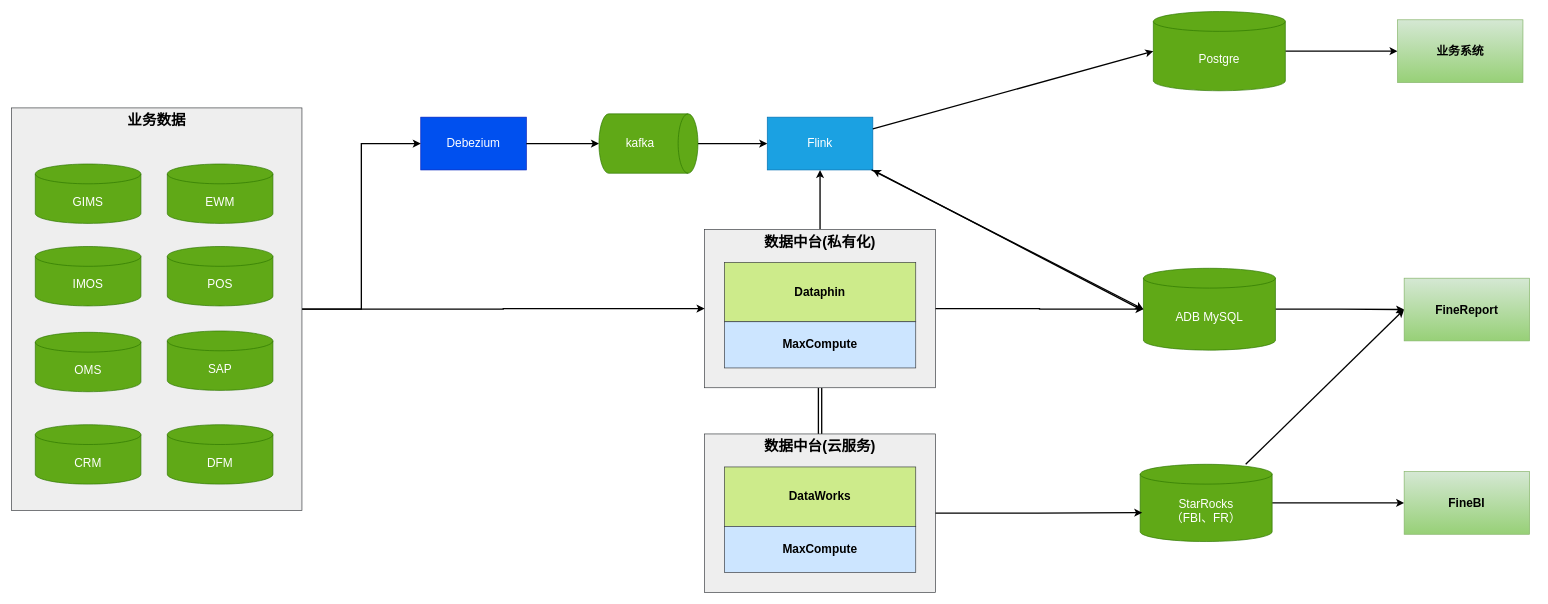
Above: page "技术架构" (1 of 3) of bsd.drawio in starzy1990/diagrams (draw.io), before the change. Source tidied: cells renumbered, new cells numbered last; positions are measured from the earlier drawing's top-left corner, leaving out a move shared by most shapes. Both pictures are drawn from the tidied source at 66%, with x=0, y=0 at pixel (11, 11).
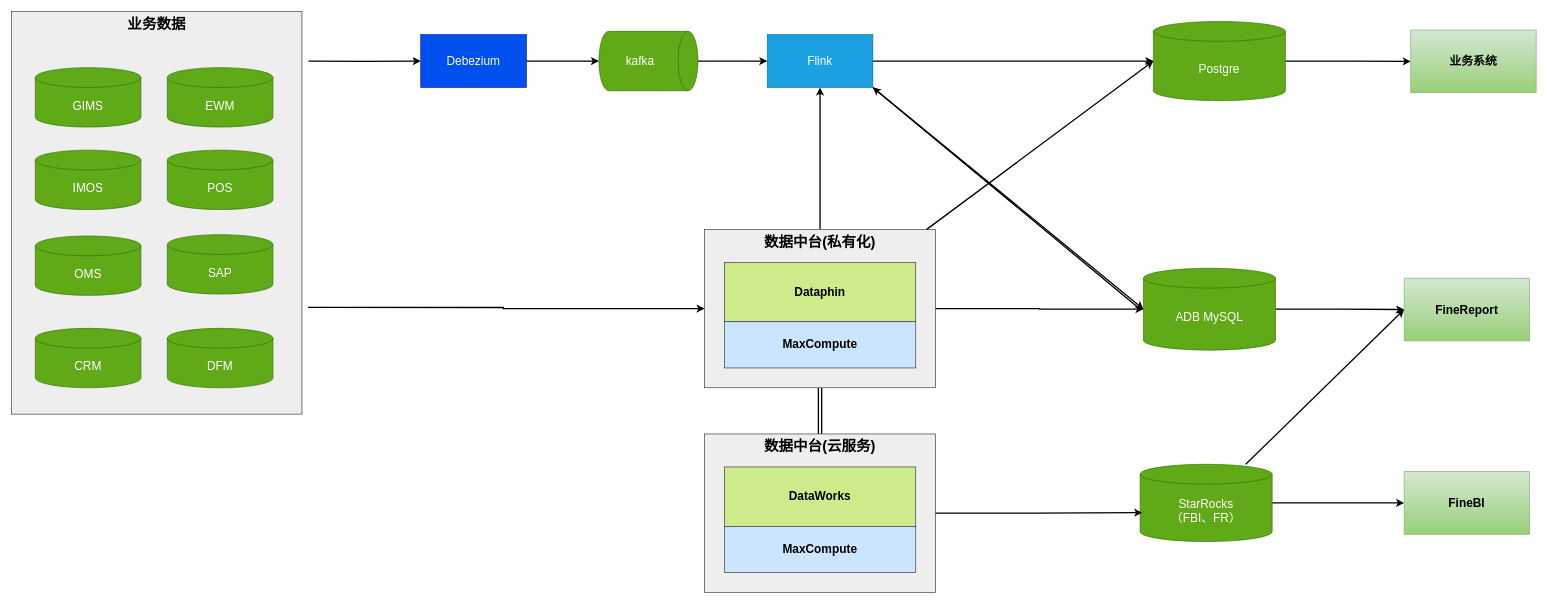
The same diagram, later.

The change refers to these unchanged cells:
```xml
<mxCell id="4" value="数据中台(私有化)" style="rounded=0;whiteSpace=wrap;html=1;fillColor=#eeeeee;strokeColor=#36393d;verticalAlign=top;fontSize=22;fontStyle=1;" parent="1" vertex="1">
  <mxGeometry x="1050" y="330" width="350" height="240" as="geometry" />
</mxCell>
<mxCell id="14" value="ADB MySQL" style="shape=cylinder3;whiteSpace=wrap;html=1;boundedLbl=1;backgroundOutline=1;size=15;fillColor=#60a917;strokeColor=#2D7600;fontColor=#ffffff;fontSize=18;" parent="1" vertex="1">
  <mxGeometry x="1715" y="389" width="200" height="124" as="geometry" />
</mxCell>
```

What changed in the source:
```diff
@@
     <mxCell id="8" value="Postgre" style="shape=cylinder3;whiteSpace=wrap;html=1;boundedLbl=1;backgroundOutline=1;size=15;fillColor=#60a917;strokeColor=#2D7600;fontColor=#ffffff;fontSize=18;" parent="1" vertex="1">
-      <mxGeometry x="1730" width="200" height="120" as="geometry" />
+      <mxGeometry x="1730" y="15" width="200" height="120" as="geometry" />
     </mxCell>
@@
     <mxCell id="19" value="Flink" style="rounded=0;whiteSpace=wrap;html=1;fillColor=#1ba1e2;fontColor=#ffffff;strokeColor=#006EAF;fontSize=18;" parent="1" vertex="1">
-      <mxGeometry x="1145" y="160" width="160" height="80" as="geometry" />
+      <mxGeometry x="1145" y="35" width="160" height="80" as="geometry" />
     </mxCell>
     <mxCell id="20" value="Debezium" style="rounded=0;whiteSpace=wrap;html=1;fillColor=#0050ef;fontColor=#ffffff;strokeColor=#001DBC;fontSize=18;" parent="1" vertex="1">
-      <mxGeometry x="620" y="160" width="160" height="80" as="geometry" />
+      <mxGeometry x="620" y="35" width="160" height="80" as="geometry" />
     </mxCell>
@@
     <mxCell id="22" value="kafka" style="shape=cylinder3;whiteSpace=wrap;html=1;boundedLbl=1;backgroundOutline=1;size=15;direction=south;fillColor=#60a917;fontColor=#ffffff;strokeColor=#2D7600;fontSize=18;" parent="1" vertex="1">
-      <mxGeometry x="890" y="155" width="150" height="90" as="geometry" />
+      <mxGeometry x="890" y="30" width="150" height="90" as="geometry" />
     </mxCell>
@@
-    <mxCell id="24" style="edgeStyle=orthogonalEdgeStyle;rounded=0;jettySize=auto;html=1;entryX=0;entryY=0.5;entryDx=0;entryDy=0;strokeWidth=2;" parent="1" edge="1" source="26" target="4">
+    <mxCell id="24" style="edgeStyle=orthogonalEdgeStyle;rounded=0;jettySize=auto;html=1;entryX=0;entryY=0.5;entryDx=0;entryDy=0;strokeWidth=2;exitX=1.021;exitY=0.735;exitDx=0;exitDy=0;exitPerimeter=0;" parent="1" edge="1" source="26" target="4">
       <mxGeometry relative="1" as="geometry" />
     </mxCell>
-    <mxCell id="25" style="edgeStyle=orthogonalEdgeStyle;rounded=0;jettySize=auto;html=1;entryX=0;entryY=0.5;entryDx=0;entryDy=0;strokeWidth=2;" parent="1" edge="1" source="26" target="20">
-      <mxGeometry relative="1" as="geometry" />
+    <mxCell id="25" style="edgeStyle=orthogonalEdgeStyle;rounded=0;jettySize=auto;html=1;entryX=0;entryY=0.5;entryDx=0;entryDy=0;strokeWidth=2;" parent="1" edge="1" target="20">
+      <mxGeometry relative="1" as="geometry">
+        <mxPoint x="450" y="75" as="sourcePoint" />
+      </mxGeometry>
     </mxCell>
     <mxCell id="26" value="业务数据" style="rounded=0;whiteSpace=wrap;html=1;fillColor=#eeeeee;strokeColor=#36393d;verticalAlign=top;fontStyle=1;fontSize=22;" parent="1" vertex="1">
-      <mxGeometry y="146" width="440" height="610" as="geometry" />
+      <mxGeometry width="440" height="610" as="geometry" />
     </mxCell>
     <mxCell id="27" value="EWM" style="shape=cylinder3;whiteSpace=wrap;html=1;boundedLbl=1;backgroundOutline=1;size=15;fillColor=#60a917;fontColor=#ffffff;strokeColor=#2D7600;fontSize=18;" parent="1" vertex="1">
-      <mxGeometry x="236" y="231" width="160" height="90" as="geometry" />
+      <mxGeometry x="236" y="85" width="160" height="90" as="geometry" />
     </mxCell>
     <mxCell id="28" value="GIMS" style="shape=cylinder3;whiteSpace=wrap;html=1;boundedLbl=1;backgroundOutline=1;size=15;fillColor=#60a917;fontColor=#ffffff;strokeColor=#2D7600;fontSize=18;" parent="1" vertex="1">
-      <mxGeometry x="36" y="231" width="160" height="90" as="geometry" />
+      <mxGeometry x="36" y="85" width="160" height="90" as="geometry" />
     </mxCell>
     <mxCell id="29" value="IMOS" style="shape=cylinder3;whiteSpace=wrap;html=1;boundedLbl=1;backgroundOutline=1;size=15;fillColor=#60a917;fontColor=#ffffff;strokeColor=#2D7600;fontSize=18;" parent="1" vertex="1">
-      <mxGeometry x="36" y="356" width="160" height="90" as="geometry" />
+      <mxGeometry x="36" y="210" width="160" height="90" as="geometry" />
     </mxCell>
     <mxCell id="30" value="POS" style="shape=cylinder3;whiteSpace=wrap;html=1;boundedLbl=1;backgroundOutline=1;size=15;fillColor=#60a917;fontColor=#ffffff;strokeColor=#2D7600;fontSize=18;" parent="1" vertex="1">
-      <mxGeometry x="236" y="356" width="160" height="90" as="geometry" />
+      <mxGeometry x="236" y="210" width="160" height="90" as="geometry" />
     </mxCell>
     <mxCell id="31" value="OMS" style="shape=cylinder3;whiteSpace=wrap;html=1;boundedLbl=1;backgroundOutline=1;size=15;fillColor=#60a917;fontColor=#ffffff;strokeColor=#2D7600;fontSize=18;" parent="1" vertex="1">
-      <mxGeometry x="36" y="486" width="160" height="90" as="geometry" />
+      <mxGeometry x="36" y="340" width="160" height="90" as="geometry" />
     </mxCell>
     <mxCell id="32" value="SAP" style="shape=cylinder3;whiteSpace=wrap;html=1;boundedLbl=1;backgroundOutline=1;size=15;fillColor=#60a917;fontColor=#ffffff;strokeColor=#2D7600;fontSize=18;" parent="1" vertex="1">
-      <mxGeometry x="236" y="484" width="160" height="90" as="geometry" />
+      <mxGeometry x="236" y="338" width="160" height="90" as="geometry" />
     </mxCell>
     <mxCell id="33" value="CRM" style="shape=cylinder3;whiteSpace=wrap;html=1;boundedLbl=1;backgroundOutline=1;size=15;fillColor=#60a917;fontColor=#ffffff;strokeColor=#2D7600;fontSize=18;" parent="1" vertex="1">
-      <mxGeometry x="36" y="626" width="160" height="90" as="geometry" />
+      <mxGeometry x="36" y="480" width="160" height="90" as="geometry" />
     </mxCell>
     <mxCell id="34" value="DFM" style="shape=cylinder3;whiteSpace=wrap;html=1;boundedLbl=1;backgroundOutline=1;size=15;fillColor=#60a917;fontColor=#ffffff;strokeColor=#2D7600;fontSize=18;" parent="1" vertex="1">
-      <mxGeometry x="236" y="626" width="160" height="90" as="geometry" />
+      <mxGeometry x="236" y="480" width="160" height="90" as="geometry" />
     </mxCell>
@@
-    <mxCell id="38" style="rounded=0;jettySize=auto;html=1;entryX=0;entryY=0.5;entryDx=0;entryDy=0;entryPerimeter=0;strokeWidth=2;" parent="1" edge="1" source="19" target="14">
+    <mxCell id="38" style="rounded=0;jettySize=auto;html=1;entryX=0;entryY=0.5;entryDx=0;entryDy=0;entryPerimeter=0;strokeWidth=2;exitX=1;exitY=1;exitDx=0;exitDy=0;" parent="1" edge="1" source="19" target="14">
       <mxGeometry relative="1" as="geometry" />
     </mxCell>
@@
     <mxCell id="40" value="业务系统" style="rounded=0;whiteSpace=wrap;html=1;fillColor=#d5e8d4;strokeColor=#82b366;fontSize=18;fontStyle=1;gradientColor=#97d077;" parent="1" vertex="1">
-      <mxGeometry x="2100" y="12.5" width="190" height="95" as="geometry" />
+      <mxGeometry x="2120" y="28" width="190" height="95" as="geometry" />
     </mxCell>
+    <mxCell id="41" style="rounded=0;jettySize=auto;html=1;entryX=0;entryY=0.5;entryDx=0;entryDy=0;entryPerimeter=0;strokeWidth=2;" parent="1" edge="1" source="4" target="8">
+      <mxGeometry relative="1" as="geometry" />
+    </mxCell>
```
